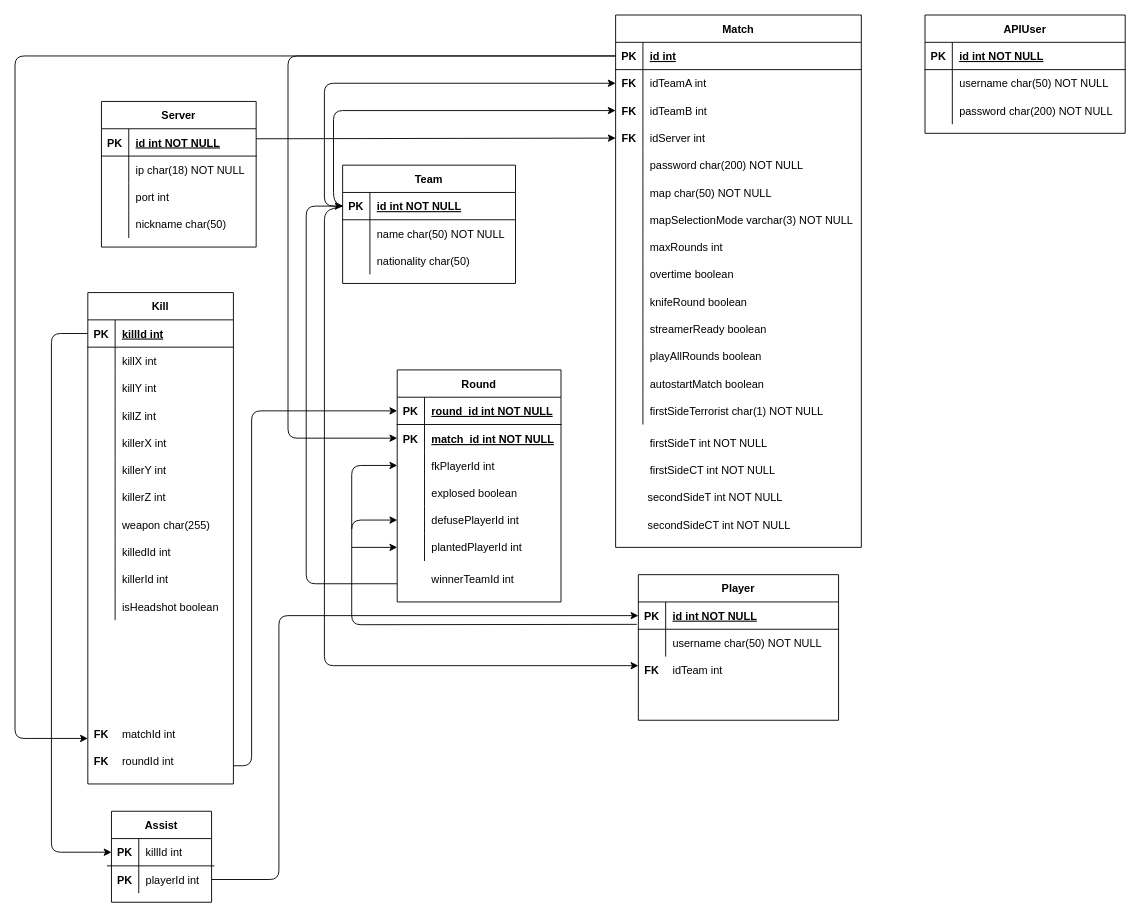
This is spec/confinebot_db.drawio from InsaLan/csgotron, a draw.io file, before an edit. Source tidied: cells renumbered, new cells numbered last; positions are measured from the earlier drawing's top-left corner, leaving out a move shared by most shapes. Both pictures are drawn from the tidied source at 91%, with x=0, y=0 at pixel (15, 15).
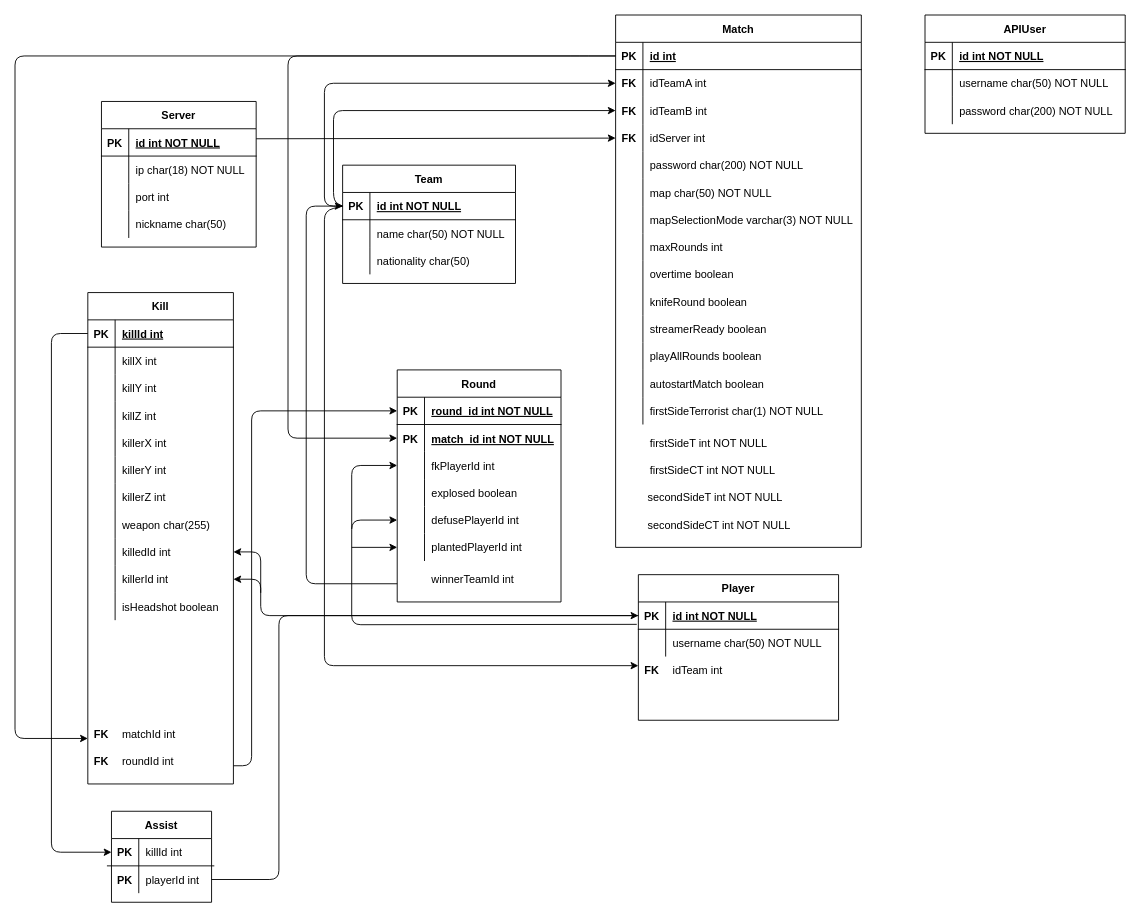
The same page after the edit.

Unchanged cells that the change refers to:
```xml
<mxCell id="85" style="shape=partialRectangle;fillColor=none;points=[[0,0.5],[1,0.5]];portConstraint=eastwest;top=0;left=0;right=0;bottom=1;" parent="84" vertex="1">
  <mxGeometry y="30" width="220" height="30" as="geometry" />
</mxCell>
<mxCell id="119" style="shape=partialRectangle;fillColor=none;points=[[0,0.5],[1,0.5]];portConstraint=eastwest;top=0;left=0;right=0;bottom=0;" parent="94" vertex="1">
  <mxGeometry y="270" width="160" height="30" as="geometry" />
</mxCell>
<mxCell id="122" style="shape=partialRectangle;fillColor=none;points=[[0,0.5],[1,0.5]];portConstraint=eastwest;top=0;left=0;right=0;bottom=0;" parent="94" vertex="1">
  <mxGeometry y="300" width="160" height="30" as="geometry" />
</mxCell>
```

The edit, as a diff of the source:
```diff
@@
+    <mxCell id="177" style="endArrow=classic;html=1;entryX=1;entryY=0.5;entryDx=0;entryDy=0;exitX=0;exitY=0.5;exitDx=0;exitDy=0;" parent="1" edge="1" source="85" target="122">
+      <mxGeometry relative="1" as="geometry">
+        <Array as="points">
+          <mxPoint x="270" y="660" />
+          <mxPoint x="270" y="620" />
+        </Array>
+      </mxGeometry>
+    </mxCell>
+    <mxCell id="178" style="endArrow=classic;html=1;entryX=1;entryY=0.5;entryDx=0;entryDy=0;" parent="1" edge="1" target="119">
+      <mxGeometry relative="1" as="geometry">
+        <mxPoint x="270" y="635" as="sourcePoint" />
+        <Array as="points">
+          <mxPoint x="270" y="590" />
+        </Array>
+      </mxGeometry>
+    </mxCell>
```
